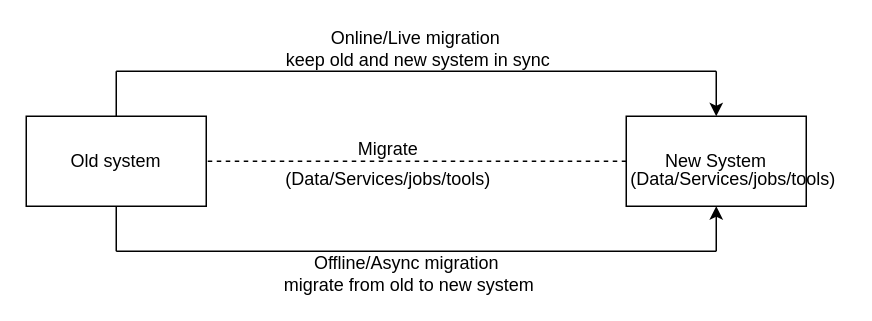
This is Untitled Diagram.drawio from raghuscgithub/TicTacToeService, a draw.io file, before an edit. Source tidied: cells renumbered, new cells numbered last; positions are measured from the earlier drawing's top-left corner, leaving out a move shared by most shapes. Both pictures are drawn from the tidied source at 150%, with x=0, y=0 at pixel (26, 26).
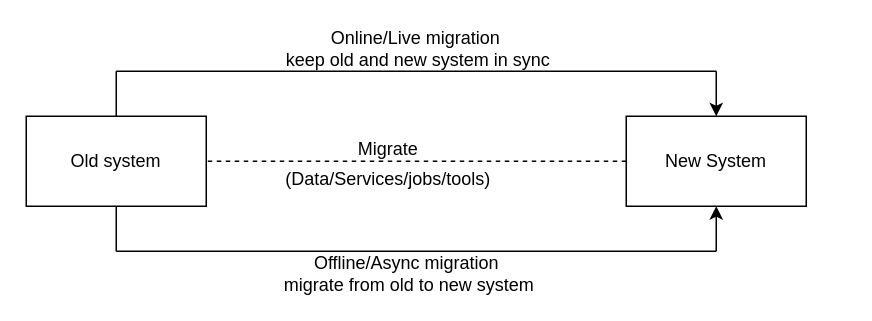
Above is the later version.

The edit, as a diff of the source:
```diff
@@
-    <mxCell id="6" value="(Data/Services/jobs/tools)" style="text;html=1;align=center;verticalAlign=middle;" parent="1" vertex="1">
-      <mxGeometry x="396" y="92" width="150" height="20" as="geometry" />
-    </mxCell>
```
